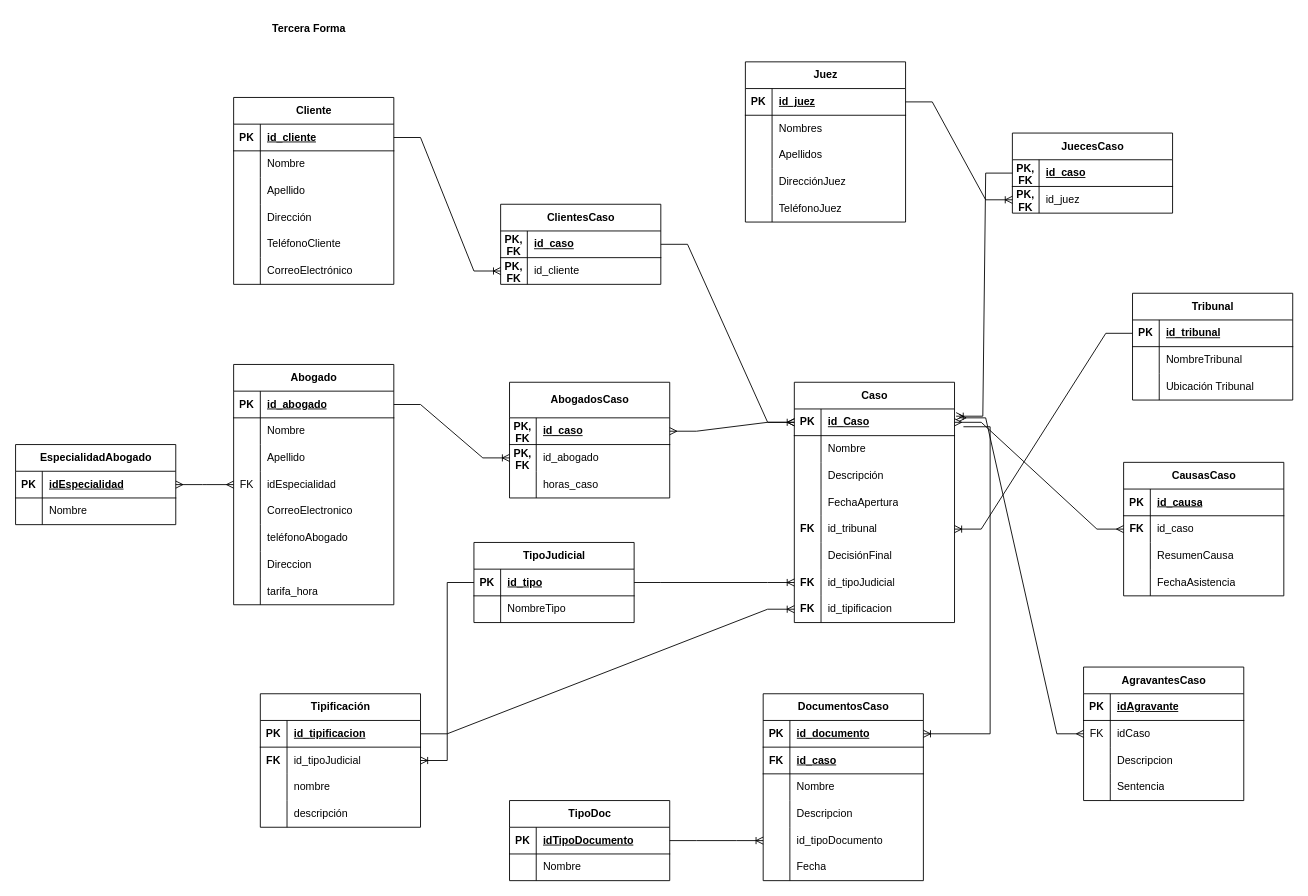
Earlier version of the draw.io diagram CasoNormalizacionBufeteAbogados3FN.drawio (winston142O/Diagrams). Source tidied: cells renumbered, new cells numbered last; positions are measured from the earlier drawing's top-left corner, leaving out a move shared by most shapes. Both pictures are drawn from the tidied source at 89%, with x=0, y=0 at pixel (15, 15).
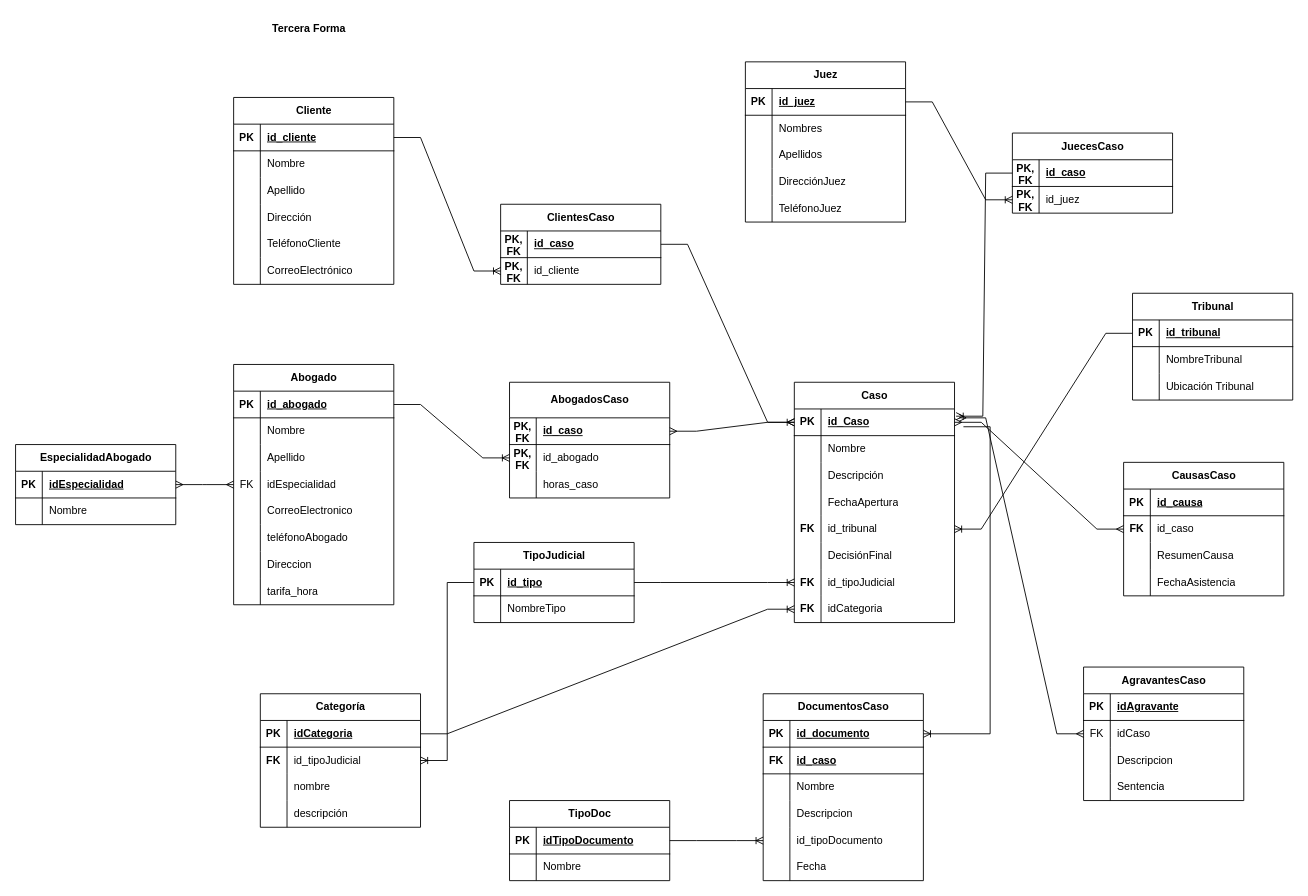
The same diagram, later.

Unchanged cells that the change refers to:
```xml
<mxCell id="79" style="shape=tableRow;horizontal=0;startSize=0;swimlaneHead=0;swimlaneBody=0;fillColor=none;points=[[0,0.5],[1,0.5]];portConstraint=eastwest;top=0;left=0;right=0;bottom=0;" parent="57" vertex="1">
  <mxGeometry y="240" width="180" height="30" as="geometry" />
</mxCell>
<mxCell id="143" style="shape=tableRow;horizontal=0;startSize=0;swimlaneHead=0;swimlaneBody=0;fillColor=none;points=[[0,0.5],[1,0.5]];portConstraint=eastwest;top=0;left=0;right=0;bottom=1;" parent="142" vertex="1">
  <mxGeometry y="30" width="180" height="30" as="geometry" />
</mxCell>
```

Change to the diagram source:
```diff
@@
-    <mxCell id="81" value="id_tipificacion" style="shape=partialRectangle;fillColor=none;top=0;left=0;bottom=0;right=0;align=left;spacingLeft=6;overflow=hidden;whiteSpace=wrap;html=1;" parent="79" vertex="1">
+    <mxCell id="81" value="idCategoria" style="shape=partialRectangle;fillColor=none;top=0;left=0;bottom=0;right=0;align=left;spacingLeft=6;overflow=hidden;whiteSpace=wrap;html=1;" parent="79" vertex="1">
       <mxGeometry x="30" width="150" height="30" as="geometry" />
     </mxCell>
@@
-    <mxCell id="142" value="Tipificación" style="shape=table;startSize=30;childLayout=tableLayout;rowLines=0;fontStyle=1;align=center;html=1;" parent="1" vertex="1">
+    <mxCell id="142" value="Categoría" style="shape=table;startSize=30;childLayout=tableLayout;rowLines=0;fontStyle=1;align=center;html=1;" parent="1" vertex="1">
       <mxGeometry x="275" y="762" width="180" height="150" as="geometry" />
     </mxCell>
@@
-    <mxCell id="145" value="id_tipificacion" style="shape=partialRectangle;fillColor=none;top=0;left=0;bottom=0;right=0;align=left;spacingLeft=6;fontStyle=5;overflow=hidden;whiteSpace=wrap;html=1;" parent="143" vertex="1">
+    <mxCell id="145" value="idCategoria" style="shape=partialRectangle;fillColor=none;top=0;left=0;bottom=0;right=0;align=left;spacingLeft=6;fontStyle=5;overflow=hidden;whiteSpace=wrap;html=1;" parent="143" vertex="1">
       <mxGeometry x="30" width="150" height="30" as="geometry" />
     </mxCell>
```
